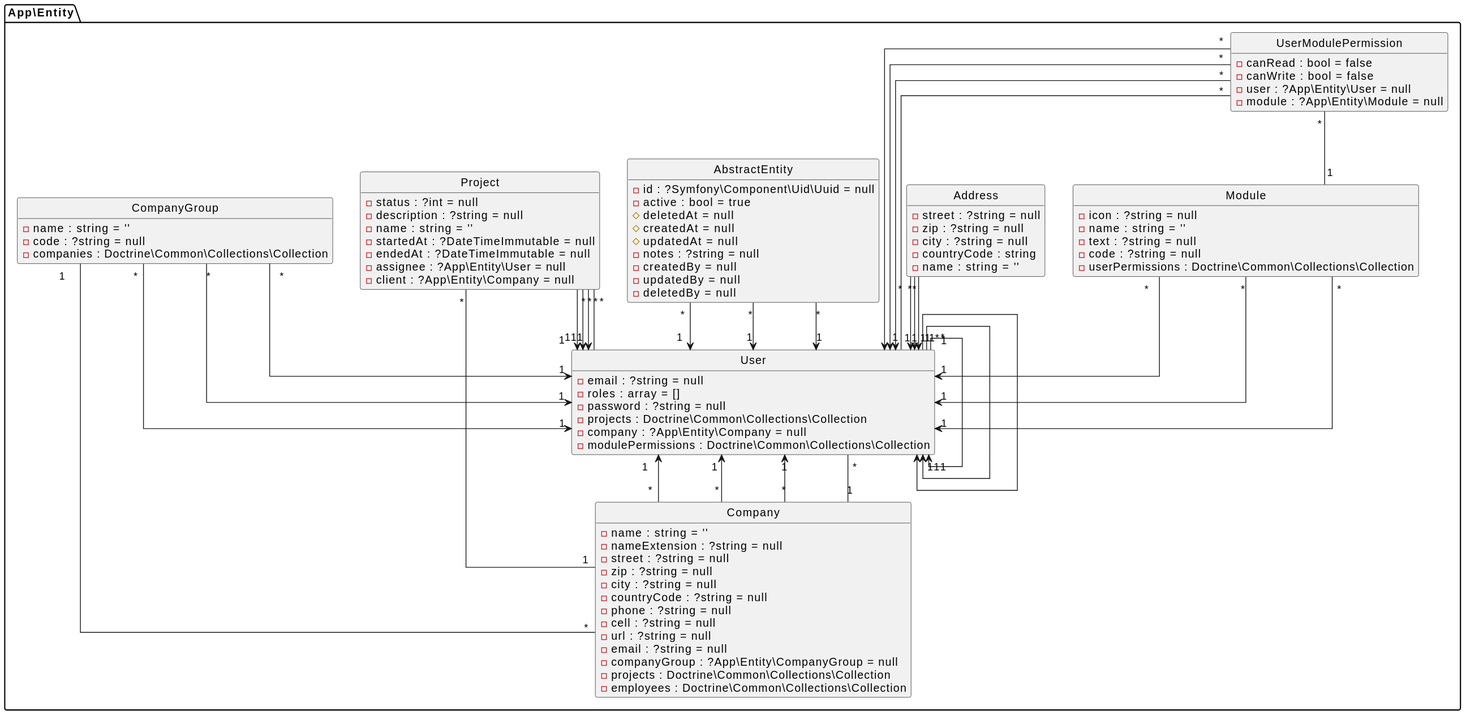
Above: assets/docs/diagram-class.svg in cschorr/symfony-core-bundle (PlantUML), before the change.
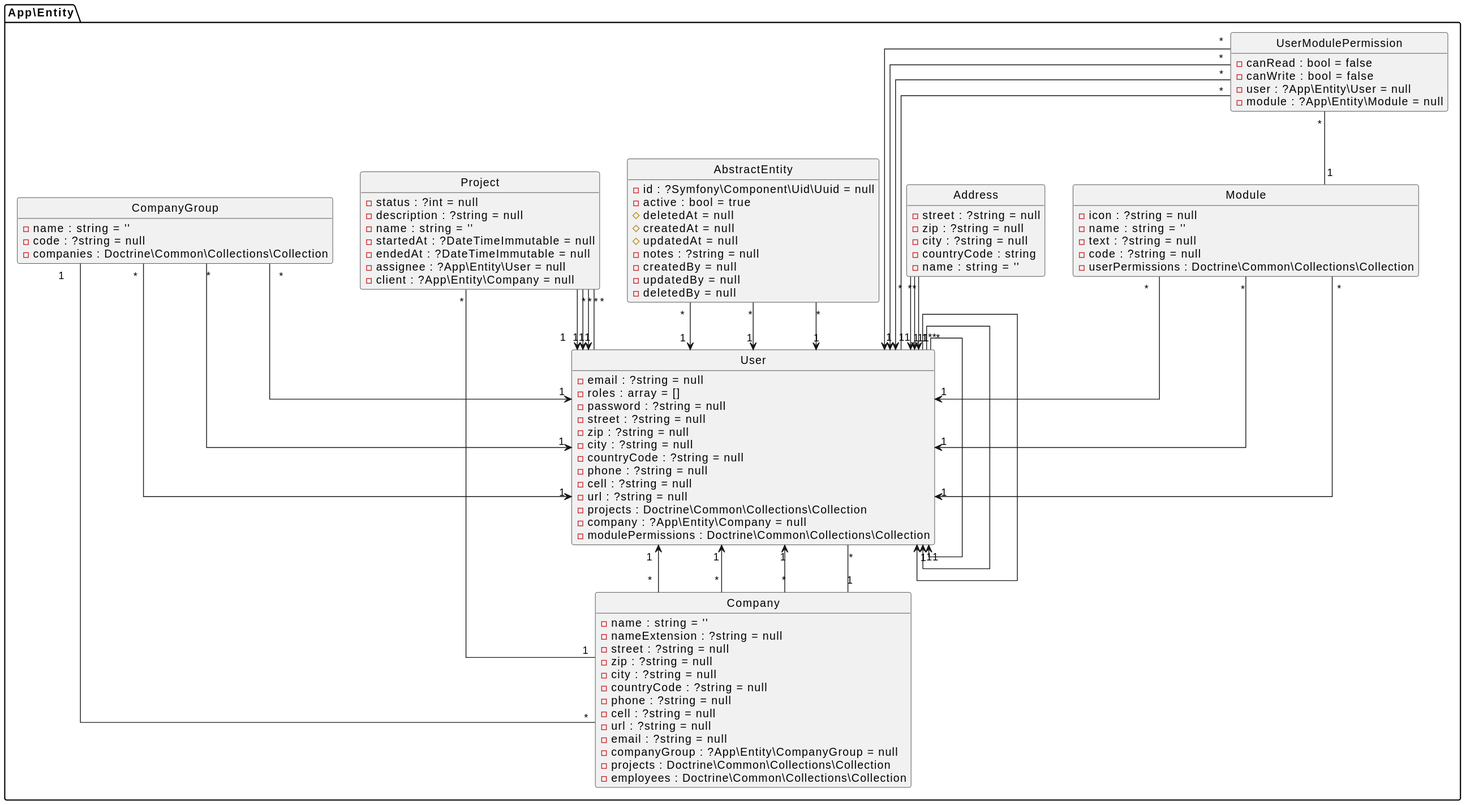
The same diagram one commit later.

Change to the diagram source:
```diff
@@ -57,6 +57,13 @@
 - email : ?string = null
 - roles : array = []
 - password : ?string = null
+- street : ?string = null
+- zip : ?string = null
+- city : ?string = null
+- countryCode : ?string = null
+- phone : ?string = null
+- cell : ?string = null
+- url : ?string = null
 - projects : Doctrine\Common\Collections\Collection
 - company : ?App\Entity\Company = null
 - modulePermissions : Doctrine\Common\Collections\Collection
```
